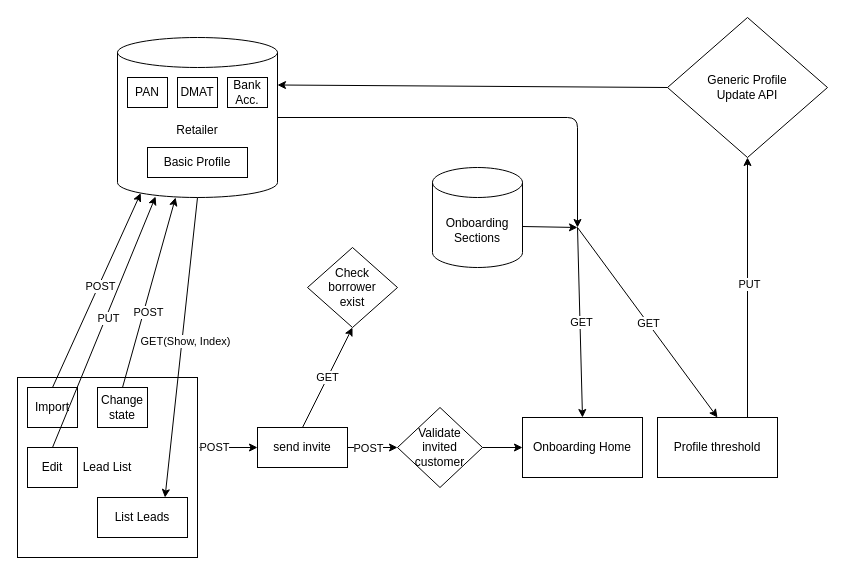
This is files/retail_onboarding.drawio from danivijay/flow_diagrams, a draw.io file, before an edit. Source tidied: cells renumbered, new cells numbered last; positions are measured from the earlier drawing's top-left corner, leaving out a move shared by most shapes. Both pictures are drawn from the tidied source at 100%, with x=0, y=0 at pixel (17, 17).
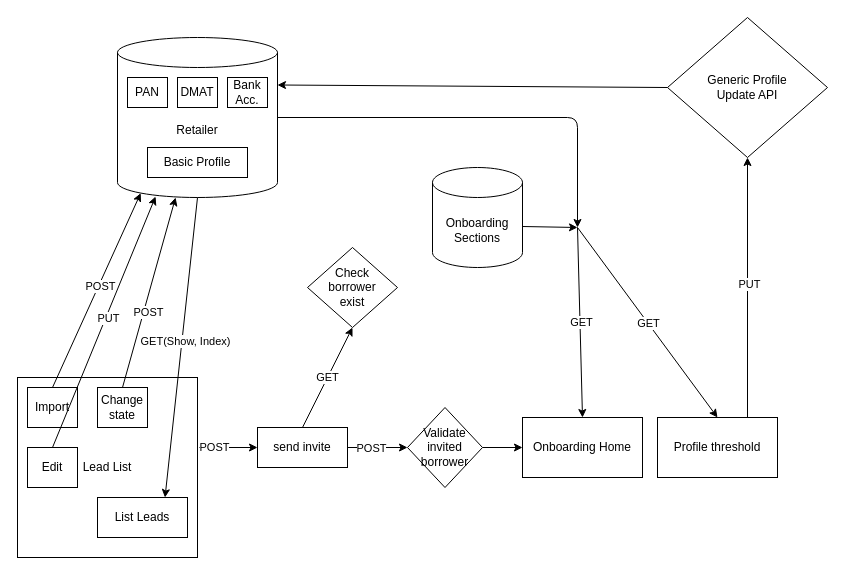
The same page after the edit.

What changed in the source:
```diff
@@
-    <mxCell id="39" value="Validate &lt;br&gt;invited &lt;br&gt;customer" style="rhombus;whiteSpace=wrap;html=1;" parent="1" vertex="1">
-      <mxGeometry x="380" y="390" width="85" height="80" as="geometry" />
+    <mxCell id="39" value="Validate &lt;br&gt;invited &lt;br&gt;borrower" style="rhombus;whiteSpace=wrap;html=1;" parent="1" vertex="1">
+      <mxGeometry x="390" y="390" width="75" height="80" as="geometry" />
     </mxCell>
```
